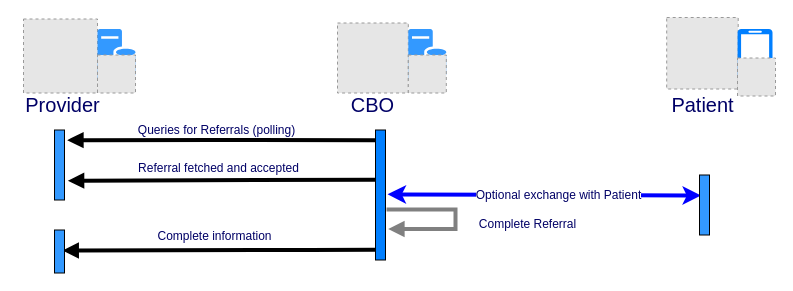
HL7/fhir-sdoh-clinicalcare keeps this draw.io diagram as Images Source/DirectLightReferralFunctional.drawio. Above is the earlier version. Source tidied: cells renumbered, new cells numbered last; positions are measured from the earlier drawing's top-left corner, leaving out a move shared by most shapes. Both pictures are drawn from the tidied source at 100%, with x=0, y=0 at pixel (17, 17). Pictures stored in the file or linked from it are replaced by grey dashed boxes.
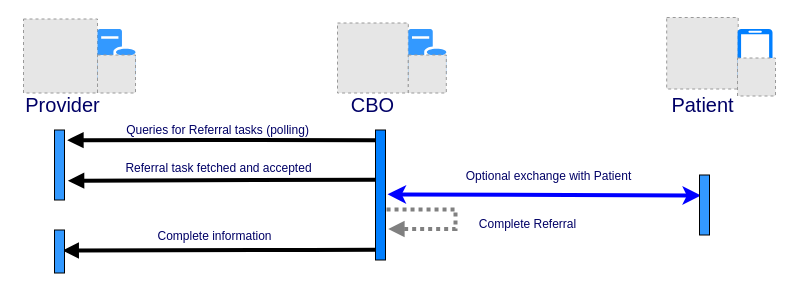
Above is the later version.

Unchanged cells that the change refers to:
```xml
<mxCell id="8" style="html=1;points=[];perimeter=orthogonalPerimeter;fontColor=#000066;fillColor=#007FFF;" parent="1" vertex="1">
  <mxGeometry x="358" y="112.5" width="10" height="130" as="geometry" />
</mxCell>
<mxCell id="10" style="html=1;points=[];perimeter=orthogonalPerimeter;fillColor=#3399FF;fontColor=#000066;" parent="1" vertex="1">
  <mxGeometry x="682" y="157.5" width="10" height="60" as="geometry" />
</mxCell>
```

Change to the diagram source:
```diff
@@
     <mxCell id="5" value="Optional exchange with Patient" style="endArrow=classic;html=1;strokeWidth=4;rounded=0;strokeColor=#0000FF;fontColor=#000066;entryX=0.155;entryY=0.343;entryDx=0;entryDy=0;entryPerimeter=0;exitX=1.202;exitY=0.495;exitDx=0;exitDy=0;exitPerimeter=0;fontSize=12;endFill=1;startArrow=classic;startFill=1;" parent="1" edge="1" source="8" target="10">
-      <mxGeometry x="0.09" relative="1" as="geometry" />
+      <mxGeometry x="0.03" y="18" relative="1" as="geometry" />
     </mxCell>
@@
-    <mxCell id="9" style="edgeStyle=orthogonalEdgeStyle;html=1;align=left;spacingLeft=2;endArrow=block;rounded=0;strokeColor=#808080;fontColor=#000066;entryX=1.267;entryY=0.762;entryDx=0;entryDy=0;entryPerimeter=0;exitX=1.104;exitY=0.611;exitDx=0;exitDy=0;exitPerimeter=0;fontSize=12;strokeWidth=4;" parent="1" edge="1" source="8" target="8">
+    <mxCell id="9" style="edgeStyle=orthogonalEdgeStyle;html=1;align=left;spacingLeft=2;endArrow=block;rounded=0;strokeColor=#808080;fontColor=#000066;entryX=1.267;entryY=0.762;entryDx=0;entryDy=0;entryPerimeter=0;exitX=1.104;exitY=0.611;exitDx=0;exitDy=0;exitPerimeter=0;fontSize=12;strokeWidth=4;dashed=1;dashPattern=1 1;" parent="1" edge="1" source="8" target="8">
       <mxGeometry x="-0.63" y="-10" relative="1" as="geometry">
         <Array as="points">
           <mxPoint x="438" y="191.5" />
           <mxPoint x="438" y="211.5" />
         </Array>
       </mxGeometry>
     </mxCell>
@@
-    <mxCell id="26" value="&lt;span style=&quot;color: rgb(0, 0, 102); font-size: 12px; background-color: rgb(255, 255, 255);&quot;&gt;Queries for Referrals (polling)&lt;/span&gt;" style="text;html=1;align=center;verticalAlign=middle;strokeColor=none;fillColor=none;fontSize=13;" parent="1" vertex="1">
-      <mxGeometry x="115" y="101.5" width="167" height="20" as="geometry" />
+    <mxCell id="26" value="&lt;span style=&quot;color: rgb(0, 0, 102); font-size: 12px; background-color: rgb(255, 255, 255);&quot;&gt;Queries for Referral tasks (polling)&lt;/span&gt;" style="text;html=1;align=center;verticalAlign=middle;strokeColor=none;fillColor=none;fontSize=13;" parent="1" vertex="1">
+      <mxGeometry x="103" y="101.5" width="193" height="20" as="geometry" />
     </mxCell>
-    <mxCell id="27" value="&lt;span style=&quot;color: rgb(0, 0, 102); font-size: 12px; background-color: rgb(255, 255, 255);&quot;&gt;Referral fetched and accepted&lt;/span&gt;" style="text;html=1;align=center;verticalAlign=middle;strokeColor=none;fillColor=none;fontSize=13;" parent="1" vertex="1">
-      <mxGeometry x="115" y="139.5" width="171" height="20" as="geometry" />
+    <mxCell id="27" value="&lt;span style=&quot;color: rgb(0, 0, 102); font-size: 12px; background-color: rgb(255, 255, 255);&quot;&gt;Referral task fetched and accepted&lt;/span&gt;" style="text;html=1;align=center;verticalAlign=middle;strokeColor=none;fillColor=none;fontSize=13;" parent="1" vertex="1">
+      <mxGeometry x="103" y="139.5" width="196" height="20" as="geometry" />
     </mxCell>
```
